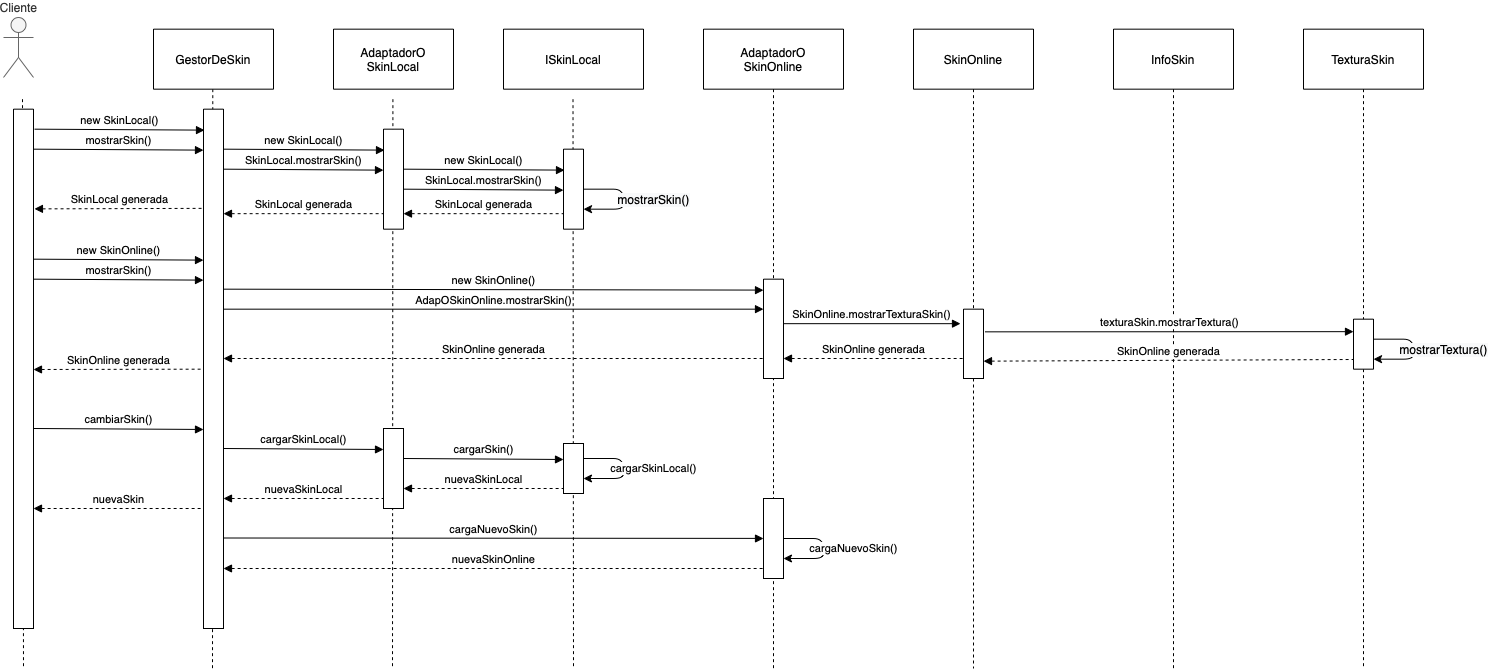
Above: 4-Patron/diagramas/4DiagramaSecuencia.drawio.png in TanZng/patrones-combinados (draw.io), before the change. Source tidied: cells renumbered, new cells last; positions are measured from the earlier drawing's top-left corner, leaving out a move shared by most shapes.
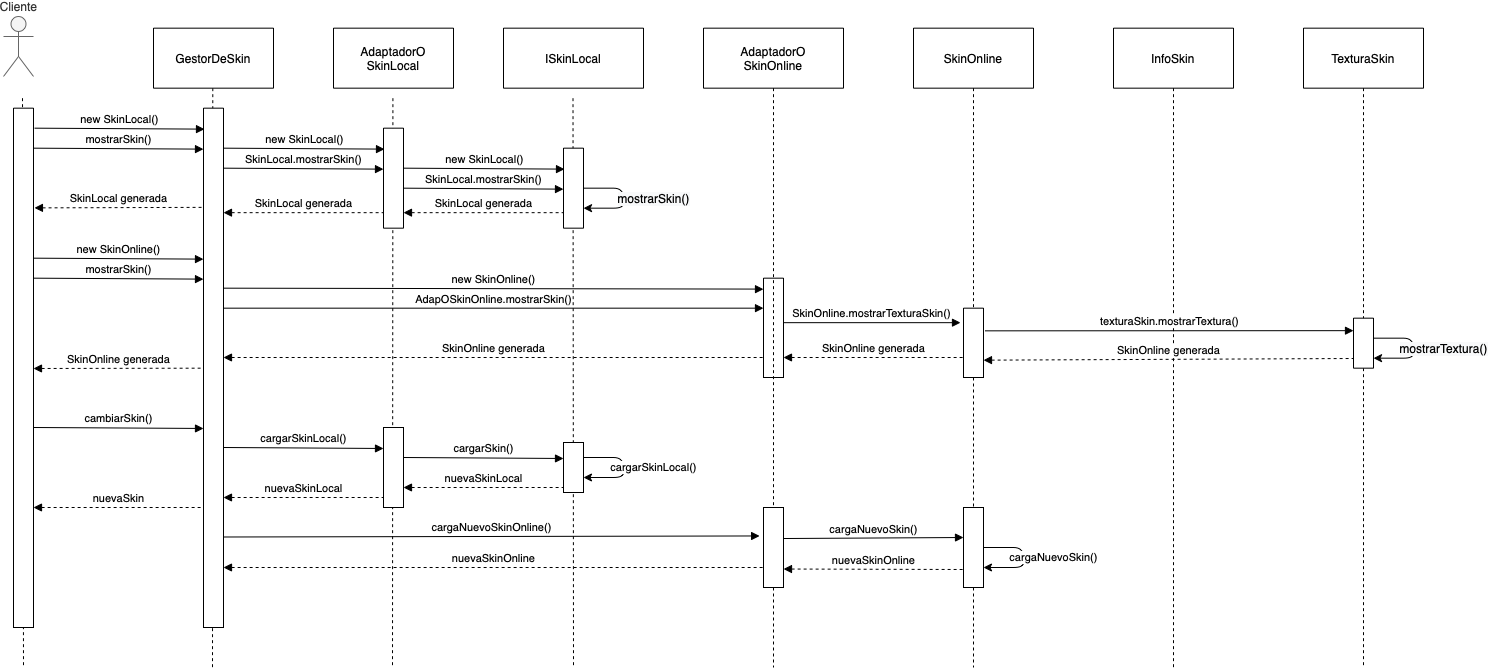
The same file after the commit.

Commit message:
Diagramas patrón 4

What changed in the source:
```diff
@@ -63,11 +63,6 @@
     <mxCell id="16" style="rounded=0;whiteSpace=wrap;html=1;" parent="1" vertex="1">
       <mxGeometry x="10" y="91.7" width="20" height="519.3" as="geometry" />
     </mxCell>
-    <mxCell id="17" style="rounded=0;jettySize=auto;html=1;exitX=0.5;exitY=1;exitDx=0;exitDy=0;dashed=1;endArrow=none;endFill=0;startArrow=none;" parent="1" edge="1" source="44">
-      <mxGeometry relative="1" as="geometry">
-        <mxPoint x="770" y="491" as="targetPoint" />
-      </mxGeometry>
-    </mxCell>
     <mxCell id="18" style="rounded=0;jettySize=auto;html=1;exitX=0.5;exitY=1;exitDx=0;exitDy=0;dashed=1;endArrow=none;endFill=0;" parent="1" edge="1" source="11">
       <mxGeometry relative="1" as="geometry">
         <mxPoint x="1170" y="651" as="targetPoint" />
@@ -141,7 +136,7 @@
         <mxPoint x="200" y="262.7" as="targetPoint" />
       </mxGeometry>
     </mxCell>
-    <mxCell id="31" style="rounded=0;jettySize=auto;html=1;exitX=0.5;exitY=1;exitDx=0;exitDy=0;dashed=1;endArrow=none;endFill=0;" parent="1" edge="1" source="8">
+    <mxCell id="31" style="rounded=0;jettySize=auto;html=1;exitX=0.5;exitY=1;exitDx=0;exitDy=0;dashed=1;endArrow=none;endFill=0;startArrow=none;" parent="1" edge="1" source="63">
       <mxGeometry relative="1" as="geometry">
         <mxPoint x="770" y="651" as="targetPoint" />
       </mxGeometry>
@@ -206,7 +201,7 @@
       </mxGeometry>
     </mxCell>
     <mxCell id="44" style="rounded=0;whiteSpace=wrap;html=1;" parent="1" vertex="1">
-      <mxGeometry x="760" y="481" width="20" height="80" as="geometry" />
+      <mxGeometry x="960" y="491" width="20" height="80" as="geometry" />
     </mxCell>
     <mxCell id="45" value="&lt;font face=&quot;helvetica&quot;&gt;cargarSkinLocal()&lt;/font&gt;" style="endArrow=block;html=1;endFill=1;labelPosition=center;verticalLabelPosition=top;align=center;verticalAlign=bottom;" parent="1" edge="1">
       <mxGeometry relative="1" as="geometry">
@@ -224,18 +219,18 @@
         </Array>
       </mxGeometry>
     </mxCell>
-    <mxCell id="47" value="&lt;font face=&quot;helvetica&quot;&gt;cargaNuevoSkin()&lt;/font&gt;" style="endArrow=block;html=1;endFill=1;labelPosition=center;verticalLabelPosition=top;align=center;verticalAlign=bottom;entryX=0;entryY=0.5;entryDx=0;entryDy=0;" parent="1" edge="1" target="44">
+    <mxCell id="47" value="&lt;font face=&quot;helvetica&quot;&gt;cargaNuevoSkinOnline()&lt;/font&gt;" style="endArrow=block;html=1;endFill=1;labelPosition=center;verticalLabelPosition=top;align=center;verticalAlign=bottom;entryX=-0.192;entryY=0.356;entryDx=0;entryDy=0;entryPerimeter=0;" parent="1" edge="1" target="63">
       <mxGeometry relative="1" as="geometry">
         <mxPoint x="220" y="520.5" as="sourcePoint" />
       </mxGeometry>
     </mxCell>
     <mxCell id="48" value="&lt;span style=&quot;font-family: &amp;#34;helvetica&amp;#34;&quot;&gt;cargaNuevoSkin()&lt;/span&gt;" style="endArrow=classic;html=1;exitX=1;exitY=0.5;exitDx=0;exitDy=0;entryX=1;entryY=0.75;entryDx=0;entryDy=0;fillColor=none;" parent="1" edge="1">
       <mxGeometry y="30" relative="1" as="geometry">
-        <mxPoint x="780" y="521" as="sourcePoint" />
-        <mxPoint x="780" y="541" as="targetPoint" />
+        <mxPoint x="980" y="531" as="sourcePoint" />
+        <mxPoint x="980" y="551" as="targetPoint" />
         <Array as="points">
-          <mxPoint x="820" y="521" />
-          <mxPoint x="820" y="541" />
+          <mxPoint x="1020" y="531" />
+          <mxPoint x="1020" y="551" />
         </Array>
       </mxGeometry>
     </mxCell>
@@ -307,5 +302,23 @@
         <mxPoint x="760" y="551" as="targetPoint" />
       </mxGeometry>
     </mxCell>
+    <mxCell id="63" style="rounded=0;whiteSpace=wrap;html=1;" parent="1" vertex="1">
+      <mxGeometry x="760" y="491" width="20" height="80" as="geometry" />
+    </mxCell>
+    <mxCell id="64" style="rounded=0;jettySize=auto;html=1;exitX=0.5;exitY=1;exitDx=0;exitDy=0;dashed=1;endArrow=none;endFill=0;" parent="1" edge="1" source="8" target="63">
+      <mxGeometry relative="1" as="geometry" />
+    </mxCell>
+    <mxCell id="65" value="&lt;font face=&quot;helvetica&quot;&gt;cargaNuevoSkin()&lt;/font&gt;" style="endArrow=block;html=1;endFill=1;labelPosition=center;verticalLabelPosition=top;align=center;verticalAlign=bottom;" parent="1" edge="1">
+      <mxGeometry relative="1" as="geometry">
+        <mxPoint x="780" y="522" as="sourcePoint" />
+        <mxPoint x="960" y="521" as="targetPoint" />
+      </mxGeometry>
+    </mxCell>
+    <mxCell id="66" value="nuevaSkinOnline" style="endArrow=none;html=1;endFill=0;labelPosition=center;verticalLabelPosition=top;align=center;verticalAlign=bottom;startArrow=block;startFill=1;dashed=1;" parent="1" edge="1">
+      <mxGeometry relative="1" as="geometry">
+        <mxPoint x="780" y="552.5" as="sourcePoint" />
+        <mxPoint x="960" y="553" as="targetPoint" />
+      </mxGeometry>
+    </mxCell>
   </root>
 </mxGraphModel>
```
